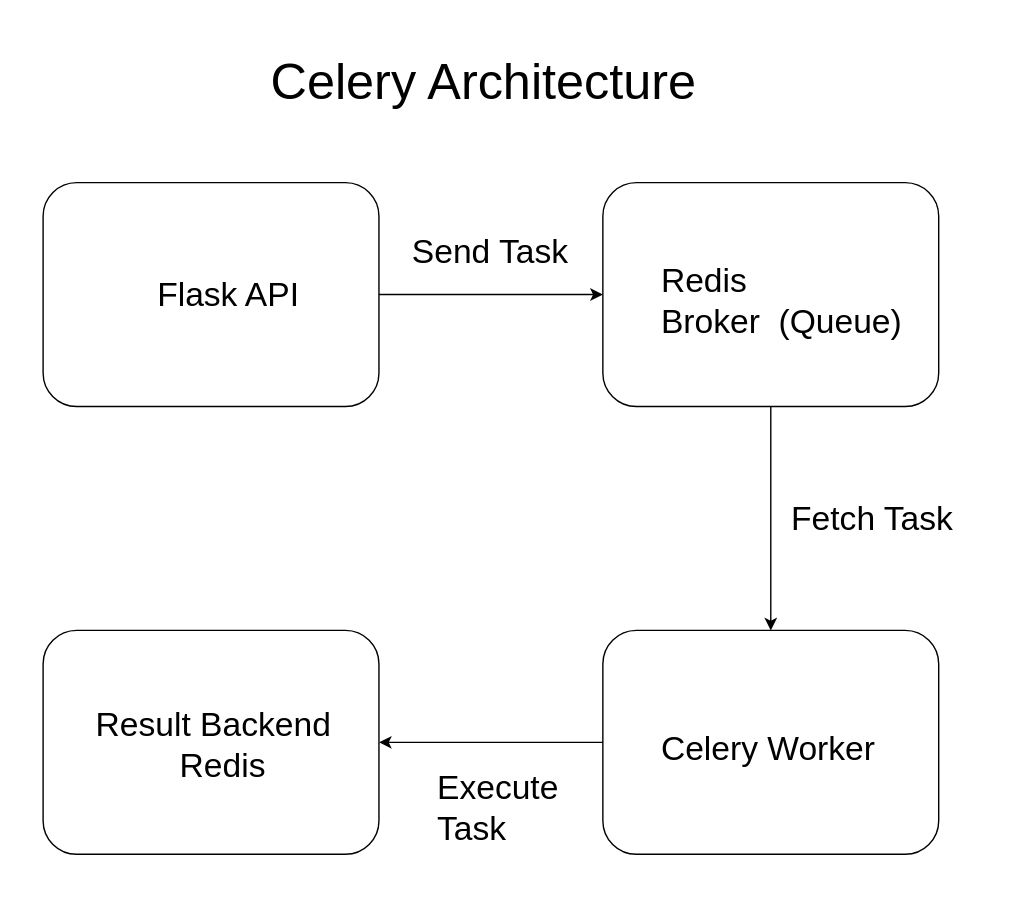
iftakhar-323/lab keeps this draw.io diagram as Lab/Lab_1/image/celery architecture.drawio.svg. Above is the earlier version. Source tidied: cells renumbered, new cells last; positions are measured from the earlier drawing's top-left corner, leaving out a move shared by most shapes. The source it was exported from:
```xml
<mxGraphModel>
  <root>
    <mxCell id="0" />
    <mxCell id="1" parent="0" />
    <mxCell id="2" style="rounded=1;whiteSpace=wrap;html=1;fillColor=light-dark(#FFFFFF,#FFCCCC);" parent="1" vertex="1">
      <mxGeometry y="100" width="240" height="160" as="geometry" />
    </mxCell>
    <mxCell id="3" style="rounded=1;whiteSpace=wrap;html=1;fillColor=light-dark(#FFFFFF,#66FFFF);" parent="1" vertex="1">
      <mxGeometry x="400" y="420" width="240" height="160" as="geometry" />
    </mxCell>
    <mxCell id="4" style="rounded=1;whiteSpace=wrap;html=1;fillColor=light-dark(#FFFFFF,#CCCCFF);" parent="1" vertex="1">
      <mxGeometry x="400" y="100" width="240" height="160" as="geometry" />
    </mxCell>
    <mxCell id="5" style="rounded=1;whiteSpace=wrap;html=1;fillColor=light-dark(#FFFFFF,#FF99CC);" parent="1" vertex="1">
      <mxGeometry y="420" width="240" height="160" as="geometry" />
    </mxCell>
    <mxCell id="6" value="&lt;font style=&quot;font-size: 24px;&quot;&gt;Flask API&lt;/font&gt;" style="text;whiteSpace=wrap;html=1;" parent="1" vertex="1">
      <mxGeometry x="80" y="160" width="110" height="40" as="geometry" />
    </mxCell>
    <mxCell id="7" value="&lt;font style=&quot;font-size: 24px;&quot;&gt;Send Task&lt;/font&gt;" style="text;whiteSpace=wrap;html=1;" parent="1" vertex="1">
      <mxGeometry x="262" y="129" width="120" height="40" as="geometry" />
    </mxCell>
    <mxCell id="8" value="&lt;font style=&quot;font-size: 24px;&quot;&gt;Redis Broker&amp;nbsp;&amp;nbsp;(Queue)&lt;/font&gt;" style="text;whiteSpace=wrap;html=1;" parent="1" vertex="1">
      <mxGeometry x="440" y="150" width="140" height="50" as="geometry" />
    </mxCell>
    <mxCell id="9" value="&lt;font style=&quot;font-size: 24px;&quot;&gt;Fetch Task&lt;/font&gt;" style="text;whiteSpace=wrap;html=1;" parent="1" vertex="1">
      <mxGeometry x="533" y="320" width="130" height="40" as="geometry" />
    </mxCell>
    <mxCell id="10" value="&lt;font style=&quot;font-size: 24px;&quot;&gt;Celery Worker&lt;/font&gt;" style="text;whiteSpace=wrap;html=1;" parent="1" vertex="1">
      <mxGeometry x="440" y="484" width="165" height="40" as="geometry" />
    </mxCell>
    <mxCell id="11" value="&lt;font style=&quot;font-size: 24px;&quot;&gt;Execute Task&lt;/font&gt;" style="text;whiteSpace=wrap;html=1;" parent="1" vertex="1">
      <mxGeometry x="280" y="512" width="100" height="40" as="geometry" />
    </mxCell>
    <mxCell id="12" value="&lt;font style=&quot;font-size: 24px;&quot;&gt;Result Backend&amp;nbsp;&lt;/font&gt;&lt;div&gt;&lt;span style=&quot;font-size: 24px; background-color: transparent; color: light-dark(rgb(0, 0, 0), rgb(255, 255, 255));&quot;&gt;&amp;nbsp; &amp;nbsp; &amp;nbsp; &amp;nbsp; &amp;nbsp;Redis&lt;/span&gt;&lt;/div&gt;" style="text;whiteSpace=wrap;html=1;" parent="1" vertex="1">
      <mxGeometry x="36" y="467" width="251" height="50" as="geometry" />
    </mxCell>
    <mxCell id="13" style="endArrow=classic;html=1;rounded=0;entryX=0;entryY=0.5;entryDx=0;entryDy=0;" parent="1" edge="1" target="4">
      <mxGeometry relative="1" as="geometry">
        <mxPoint x="240" y="180" as="sourcePoint" />
      </mxGeometry>
    </mxCell>
    <mxCell id="14" style="endArrow=classic;html=1;rounded=0;entryX=0.5;entryY=0;entryDx=0;entryDy=0;" parent="1" edge="1" target="3">
      <mxGeometry relative="1" as="geometry">
        <mxPoint x="520" y="260" as="sourcePoint" />
      </mxGeometry>
    </mxCell>
    <mxCell id="15" style="endArrow=classic;html=1;rounded=0;entryX=1;entryY=0.5;entryDx=0;entryDy=0;" parent="1" edge="1" target="5">
      <mxGeometry relative="1" as="geometry">
        <mxPoint x="400" y="500" as="sourcePoint" />
      </mxGeometry>
    </mxCell>
    <mxCell id="16" value="&lt;font style=&quot;font-size: 36px;&quot;&gt;Celery Architecture&lt;/font&gt;" style="text;whiteSpace=wrap;html=1;" parent="1" vertex="1">
      <mxGeometry x="161" width="310" height="40" as="geometry" />
    </mxCell>
  </root>
</mxGraphModel>
```
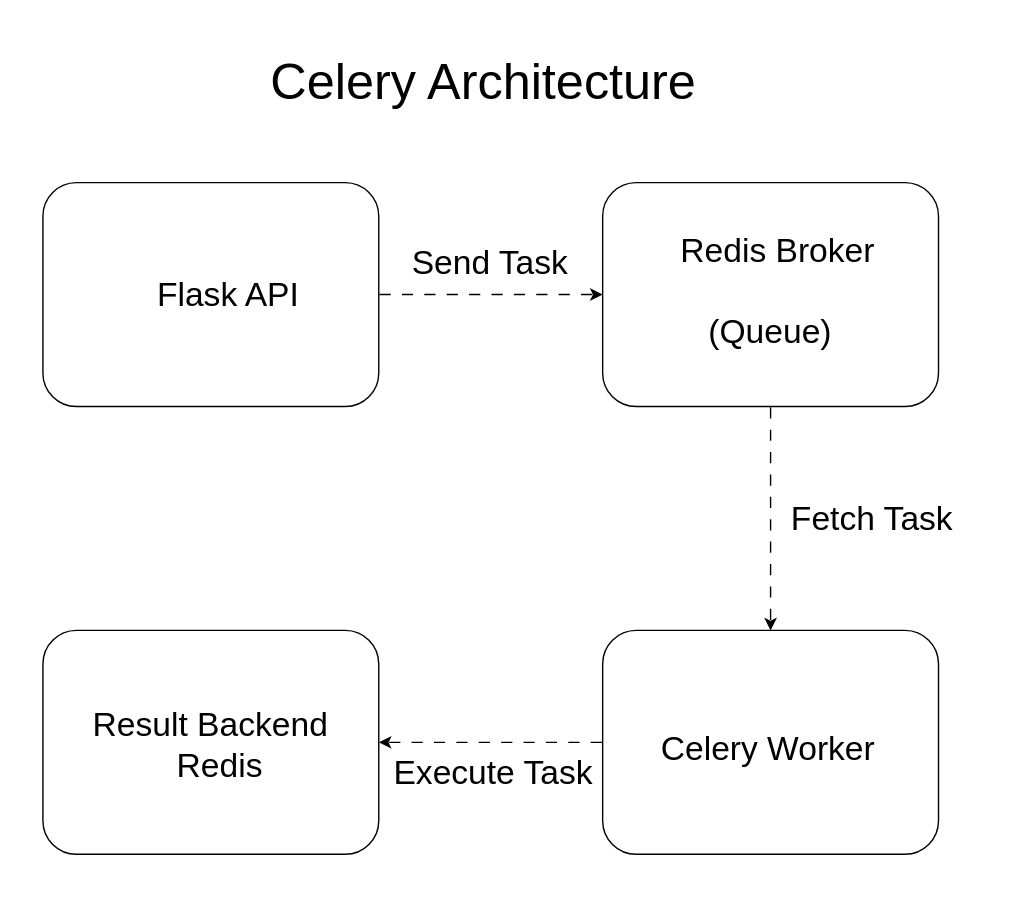
Later version of the same file.

Diff of the diagram source:
```diff
@@ -2,54 +2,54 @@
   <root>
     <mxCell id="0" />
     <mxCell id="1" parent="0" />
-    <mxCell id="2" style="rounded=1;whiteSpace=wrap;html=1;fillColor=light-dark(#FFFFFF,#FFCCCC);" parent="1" vertex="1">
-      <mxGeometry y="100" width="240" height="160" as="geometry" />
-    </mxCell>
-    <mxCell id="3" style="rounded=1;whiteSpace=wrap;html=1;fillColor=light-dark(#FFFFFF,#66FFFF);" parent="1" vertex="1">
-      <mxGeometry x="400" y="420" width="240" height="160" as="geometry" />
-    </mxCell>
-    <mxCell id="4" style="rounded=1;whiteSpace=wrap;html=1;fillColor=light-dark(#FFFFFF,#CCCCFF);" parent="1" vertex="1">
-      <mxGeometry x="400" y="100" width="240" height="160" as="geometry" />
-    </mxCell>
-    <mxCell id="5" style="rounded=1;whiteSpace=wrap;html=1;fillColor=light-dark(#FFFFFF,#FF99CC);" parent="1" vertex="1">
-      <mxGeometry y="420" width="240" height="160" as="geometry" />
-    </mxCell>
+    <mxCell id="17" style="rounded=1;whiteSpace=wrap;html=1;fillColor=light-dark(#FFFFFF,#E6FFCC);" parent="1" vertex="1">
+      <mxGeometry y="100" width="240" height="160" as="geometry" />
+    </mxCell>
+    <mxCell id="18" style="rounded=1;whiteSpace=wrap;html=1;fillColor=light-dark(#FFFFFF,#E6FFCC);" parent="1" vertex="1">
+      <mxGeometry x="400" y="420" width="240" height="160" as="geometry" />
+    </mxCell>
+    <mxCell id="19" style="rounded=1;whiteSpace=wrap;html=1;fillColor=light-dark(#FFFFFF,#E6FFCC);" parent="1" vertex="1">
+      <mxGeometry x="400" y="100" width="240" height="160" as="geometry" />
+    </mxCell>
+    <mxCell id="20" style="rounded=1;whiteSpace=wrap;html=1;fillColor=light-dark(#FFFFFF,#E6FFCC);" parent="1" vertex="1">
+      <mxGeometry y="420" width="240" height="160" as="geometry" />
+    </mxCell>
-    <mxCell id="6" value="&lt;font style=&quot;font-size: 24px;&quot;&gt;Flask API&lt;/font&gt;" style="text;whiteSpace=wrap;html=1;" parent="1" vertex="1">
+    <mxCell id="6" value="&lt;font style=&quot;font-size: 24px; color: light-dark(rgb(0, 0, 0), rgb(0, 0, 0));&quot;&gt;Flask API&lt;/font&gt;" style="text;whiteSpace=wrap;html=1;" parent="1" vertex="1">
       <mxGeometry x="80" y="160" width="110" height="40" as="geometry" />
     </mxCell>
     <mxCell id="7" value="&lt;font style=&quot;font-size: 24px;&quot;&gt;Send Task&lt;/font&gt;" style="text;whiteSpace=wrap;html=1;" parent="1" vertex="1">
-      <mxGeometry x="262" y="129" width="120" height="40" as="geometry" />
+      <mxGeometry x="262" y="137" width="120" height="40" as="geometry" />
     </mxCell>
-    <mxCell id="8" value="&lt;font style=&quot;font-size: 24px;&quot;&gt;Redis Broker&amp;nbsp;&amp;nbsp;(Queue)&lt;/font&gt;" style="text;whiteSpace=wrap;html=1;" parent="1" vertex="1">
-      <mxGeometry x="440" y="150" width="140" height="50" as="geometry" />
+    <mxCell id="8" value="&lt;font style=&quot;font-size: 24px; color: light-dark(rgb(0, 0, 0), rgb(0, 0, 0));&quot;&gt;Redis Broker&amp;nbsp; &amp;nbsp; &amp;nbsp; &amp;nbsp; &amp;nbsp; &amp;nbsp;&amp;nbsp;&lt;/font&gt;&lt;div&gt;&lt;font style=&quot;font-size: 24px; color: light-dark(rgb(0, 0, 0), rgb(0, 0, 0));&quot;&gt;&amp;nbsp; &amp;nbsp;(Queue)&lt;/font&gt;&lt;/div&gt;" style="text;whiteSpace=wrap;html=1;" parent="1" vertex="1">
+      <mxGeometry x="454" y="128" width="210" height="50" as="geometry" />
     </mxCell>
     <mxCell id="9" value="&lt;font style=&quot;font-size: 24px;&quot;&gt;Fetch Task&lt;/font&gt;" style="text;whiteSpace=wrap;html=1;" parent="1" vertex="1">
       <mxGeometry x="533" y="320" width="130" height="40" as="geometry" />
     </mxCell>
-    <mxCell id="10" value="&lt;font style=&quot;font-size: 24px;&quot;&gt;Celery Worker&lt;/font&gt;" style="text;whiteSpace=wrap;html=1;" parent="1" vertex="1">
+    <mxCell id="10" value="&lt;font style=&quot;font-size: 24px; color: light-dark(rgb(0, 0, 0), rgb(0, 0, 0));&quot;&gt;Celery Worker&lt;/font&gt;" style="text;whiteSpace=wrap;html=1;" parent="1" vertex="1">
       <mxGeometry x="440" y="484" width="165" height="40" as="geometry" />
     </mxCell>
     <mxCell id="11" value="&lt;font style=&quot;font-size: 24px;&quot;&gt;Execute Task&lt;/font&gt;" style="text;whiteSpace=wrap;html=1;" parent="1" vertex="1">
-      <mxGeometry x="280" y="512" width="100" height="40" as="geometry" />
+      <mxGeometry x="249" y="501" width="160" height="40" as="geometry" />
     </mxCell>
-    <mxCell id="12" value="&lt;font style=&quot;font-size: 24px;&quot;&gt;Result Backend&amp;nbsp;&lt;/font&gt;&lt;div&gt;&lt;span style=&quot;font-size: 24px; background-color: transparent; color: light-dark(rgb(0, 0, 0), rgb(255, 255, 255));&quot;&gt;&amp;nbsp; &amp;nbsp; &amp;nbsp; &amp;nbsp; &amp;nbsp;Redis&lt;/span&gt;&lt;/div&gt;" style="text;whiteSpace=wrap;html=1;" parent="1" vertex="1">
-      <mxGeometry x="36" y="467" width="251" height="50" as="geometry" />
+    <mxCell id="12" value="&lt;font style=&quot;font-size: 24px; color: light-dark(rgb(0, 0, 0), rgb(0, 0, 0));&quot;&gt;Result Backend&amp;nbsp;&lt;/font&gt;&lt;div&gt;&lt;span style=&quot;font-size: 24px; background-color: transparent; color: light-dark(rgb(0, 0, 0), rgb(0, 0, 0));&quot;&gt;&amp;nbsp; &amp;nbsp; &amp;nbsp; &amp;nbsp; &amp;nbsp;Redis&lt;/span&gt;&lt;/div&gt;" style="text;whiteSpace=wrap;html=1;" parent="1" vertex="1">
+      <mxGeometry x="34" y="467" width="251" height="50" as="geometry" />
     </mxCell>
-    <mxCell id="13" style="endArrow=classic;html=1;rounded=0;entryX=0;entryY=0.5;entryDx=0;entryDy=0;" parent="1" edge="1" target="4">
-      <mxGeometry relative="1" as="geometry">
-        <mxPoint x="240" y="180" as="sourcePoint" />
-      </mxGeometry>
-    </mxCell>
-    <mxCell id="14" style="endArrow=classic;html=1;rounded=0;entryX=0.5;entryY=0;entryDx=0;entryDy=0;" parent="1" edge="1" target="3">
-      <mxGeometry relative="1" as="geometry">
-        <mxPoint x="520" y="260" as="sourcePoint" />
-      </mxGeometry>
-    </mxCell>
-    <mxCell id="15" style="endArrow=classic;html=1;rounded=0;entryX=1;entryY=0.5;entryDx=0;entryDy=0;" parent="1" edge="1" target="5">
-      <mxGeometry relative="1" as="geometry">
-        <mxPoint x="400" y="500" as="sourcePoint" />
-      </mxGeometry>
-    </mxCell>
+    <mxCell id="21" style="endArrow=classic;html=1;rounded=0;entryX=0;entryY=0.5;entryDx=0;entryDy=0;flowAnimation=1;" parent="1" edge="1" target="19">
+      <mxGeometry relative="1" as="geometry">
+        <mxPoint x="240" y="180" as="sourcePoint" />
+      </mxGeometry>
+    </mxCell>
+    <mxCell id="22" style="endArrow=classic;html=1;rounded=0;entryX=0.5;entryY=0;entryDx=0;entryDy=0;flowAnimation=1;" parent="1" edge="1" target="18">
+      <mxGeometry relative="1" as="geometry">
+        <mxPoint x="520" y="260" as="sourcePoint" />
+      </mxGeometry>
+    </mxCell>
+    <mxCell id="23" style="endArrow=classic;html=1;rounded=0;entryX=1;entryY=0.5;entryDx=0;entryDy=0;flowAnimation=1;" parent="1" edge="1" target="20">
+      <mxGeometry relative="1" as="geometry">
+        <mxPoint x="400" y="500" as="sourcePoint" />
+      </mxGeometry>
+    </mxCell>
     <mxCell id="16" value="&lt;font style=&quot;font-size: 36px;&quot;&gt;Celery Architecture&lt;/font&gt;" style="text;whiteSpace=wrap;html=1;" parent="1" vertex="1">
       <mxGeometry x="161" width="310" height="40" as="geometry" />
     </mxCell>
```
